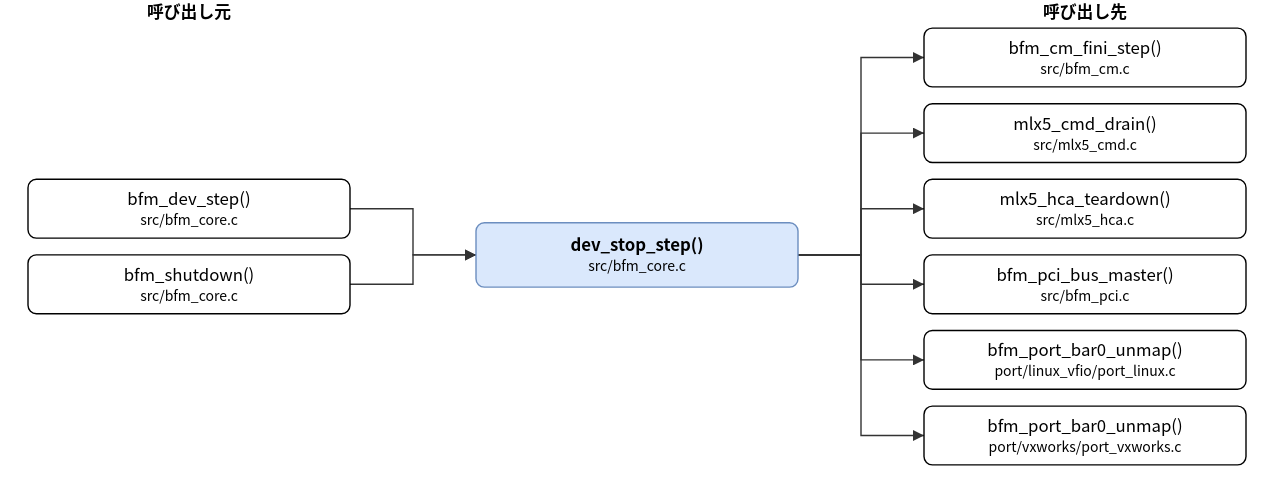
This is doc/spec/images/call_src_bfm_core-dev_stop_step.drawio.svg from hf355051012-ai/bfmem, a draw.io export, as it was before one commit. Source tidied: cells renumbered, new cells last; positions are measured from the earlier drawing's top-left corner, leaving out a move shared by most shapes.
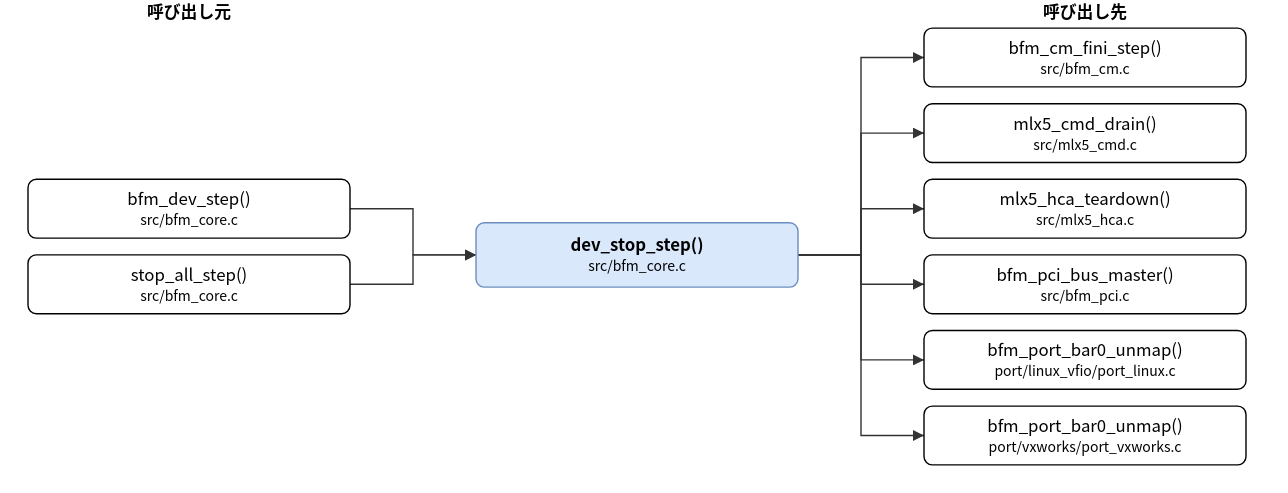
The same diagram one commit later.

What changed in the source:
```diff
@@ -8,7 +8,7 @@
     <mxCell id="3" value="bfm_dev_step()&lt;br&gt;&lt;font style=&quot;font-size:10px&quot;&gt;src/bfm_core.c&lt;/font&gt;" style="rounded=1;whiteSpace=wrap;html=1;" parent="1" vertex="1">
       <mxGeometry y="128" width="230" height="42" as="geometry" />
     </mxCell>
-    <mxCell id="4" value="bfm_shutdown()&lt;br&gt;&lt;font style=&quot;font-size:10px&quot;&gt;src/bfm_core.c&lt;/font&gt;" style="rounded=1;whiteSpace=wrap;html=1;" parent="1" vertex="1">
+    <mxCell id="4" value="stop_all_step()&lt;br&gt;&lt;font style=&quot;font-size:10px&quot;&gt;src/bfm_core.c&lt;/font&gt;" style="rounded=1;whiteSpace=wrap;html=1;" parent="1" vertex="1">
       <mxGeometry y="182" width="230" height="42" as="geometry" />
     </mxCell>
     <mxCell id="5" value="bfm_cm_fini_step()&lt;br&gt;&lt;font style=&quot;font-size:10px&quot;&gt;src/bfm_cm.c&lt;/font&gt;" style="rounded=1;whiteSpace=wrap;html=1;" parent="1" vertex="1">
```
